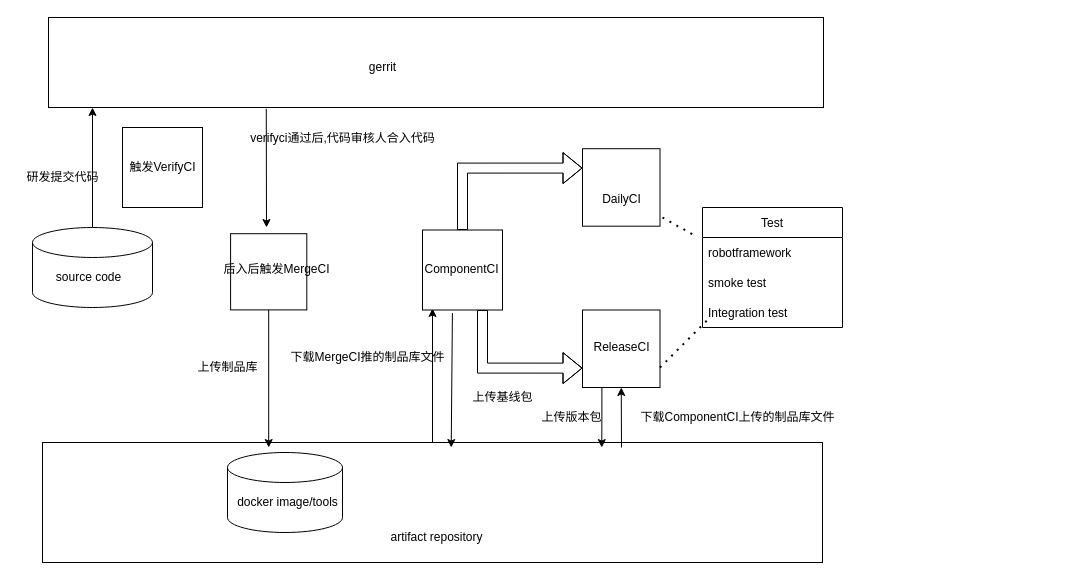
The draw.io diagram jflc.drawio in xiaoyuanwu123/learnGit, before the edit. Source tidied: cells renumbered, new cells numbered last; positions are measured from the earlier drawing's top-left corner, leaving out a move shared by most shapes. Both pictures are drawn from the tidied source at 100%, with x=0, y=0 at pixel (17, 17).
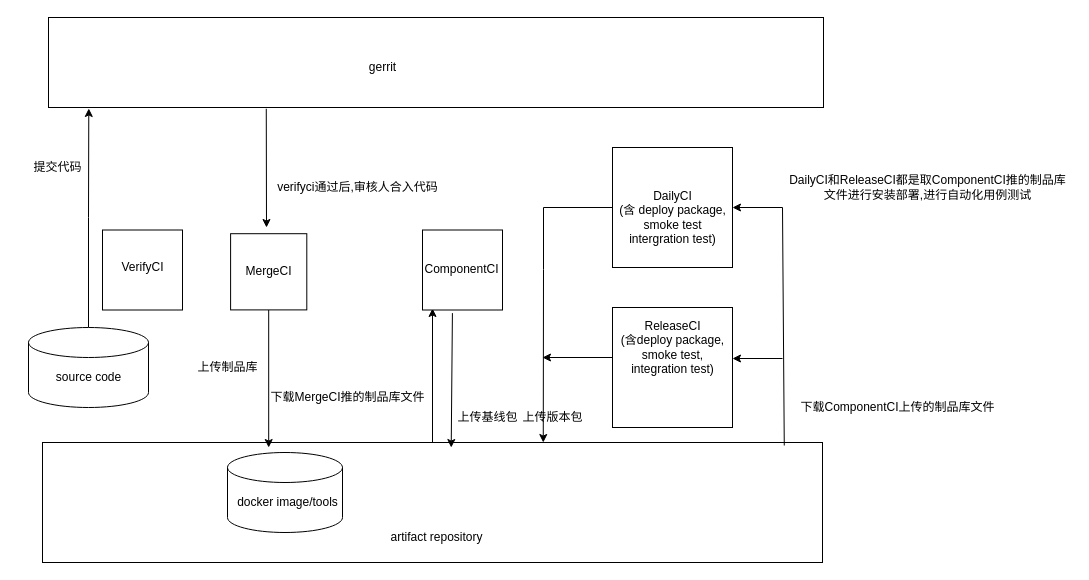
After the change.

The change refers to these unchanged cells:
```xml
<mxCell id="2" style="rounded=0;whiteSpace=wrap;html=1;" parent="1" vertex="1">
  <mxGeometry x="31" width="775" height="90" as="geometry" />
</mxCell>
<mxCell id="4" style="rounded=0;whiteSpace=wrap;html=1;" parent="1" vertex="1">
  <mxGeometry x="25" y="425" width="780" height="120" as="geometry" />
</mxCell>
<mxCell id="12" style="whiteSpace=wrap;html=1;fontFamily=Helvetica;" parent="1" vertex="1">
  <mxGeometry x="405" y="212.5" width="80" height="80" as="geometry" />
</mxCell>
```

The edit, as a diff of the source:
```diff
@@
+    <mxCell id="42" style="edgeStyle=orthogonalEdgeStyle;rounded=0;jettySize=auto;html=1;exitX=0.5;exitY=0;exitDx=0;exitDy=0;exitPerimeter=0;entryX=0.052;entryY=1.011;entryDx=0;entryDy=0;entryPerimeter=0;" parent="1" edge="1" source="6" target="2">
+      <mxGeometry relative="1" as="geometry" />
+    </mxCell>
     <mxCell id="6" style="shape=cylinder3;whiteSpace=wrap;html=1;boundedLbl=1;backgroundOutline=1;size=15;fontFamily=Helvetica;" parent="1" vertex="1">
-      <mxGeometry x="15" y="210" width="120" height="80" as="geometry" />
+      <mxGeometry x="11" y="310" width="120" height="80" as="geometry" />
     </mxCell>
-    <mxCell id="7" style="edgeStyle=orthogonalEdgeStyle;rounded=0;orthogonalLoop=1;jettySize=auto;html=1;fontFamily=Helvetica;" parent="1" edge="1">
-      <mxGeometry relative="1" as="geometry">
-        <mxPoint x="75" y="210" as="sourcePoint" />
-        <mxPoint x="75" y="90" as="targetPoint" />
-      </mxGeometry>
-    </mxCell>
@@
-    <mxCell id="10" style="edgeStyle=orthogonalEdgeStyle;shape=flexArrow;rounded=0;jettySize=auto;html=1;exitX=0.5;exitY=0;exitDx=0;exitDy=0;entryX=0;entryY=0.25;entryDx=0;entryDy=0;fontFamily=Helvetica;" parent="1" edge="1" source="12" target="22">
-      <mxGeometry relative="1" as="geometry" />
-    </mxCell>
-    <mxCell id="11" style="edgeStyle=orthogonalEdgeStyle;shape=flexArrow;rounded=0;jettySize=auto;html=1;exitX=0.75;exitY=1;exitDx=0;exitDy=0;entryX=0;entryY=0.75;entryDx=0;entryDy=0;fontFamily=Helvetica;" parent="1" edge="1" source="12" target="20">
-      <mxGeometry relative="1" as="geometry" />
-    </mxCell>
@@
     <mxCell id="14" style="whiteSpace=wrap;html=1;fontFamily=Helvetica;" parent="1" vertex="1">
-      <mxGeometry x="105" y="110" width="80" height="80" as="geometry" />
+      <mxGeometry x="85" y="212.5" width="80" height="80" as="geometry" />
     </mxCell>
-    <mxCell id="15" value="触发VerifyCI" style="text;html=1;align=center;verticalAlign=middle;fillColor=none;strokeColor=none;rounded=0;fontFamily=Helvetica;" parent="1" vertex="1">
-      <mxGeometry x="105" y="140" width="80" height="20" as="geometry" />
+    <mxCell id="15" value="VerifyCI" style="text;html=1;align=center;verticalAlign=middle;fillColor=none;strokeColor=none;rounded=0;fontFamily=Helvetica;" parent="1" vertex="1">
+      <mxGeometry x="95" y="240" width="60" height="20" as="geometry" />
     </mxCell>
@@
-    <mxCell id="18" value="后入后触发MergeCI" style="text;html=1;align=center;verticalAlign=middle;fillColor=none;strokeColor=none;rounded=0;fontFamily=Helvetica;" parent="1" vertex="1">
-      <mxGeometry x="199.4" y="241.9" width="120" height="20" as="geometry" />
+    <mxCell id="18" value="MergeCI" style="text;html=1;align=center;verticalAlign=middle;fillColor=none;strokeColor=none;rounded=0;fontFamily=Helvetica;" parent="1" vertex="1">
+      <mxGeometry x="221.2" y="244.4" width="60" height="20" as="geometry" />
     </mxCell>
-    <mxCell id="19" style="edgeStyle=orthogonalEdgeStyle;rounded=0;jettySize=auto;html=1;exitX=0.25;exitY=1;exitDx=0;exitDy=0;entryX=0.717;entryY=0.042;entryDx=0;entryDy=0;entryPerimeter=0;fontFamily=Helvetica;" parent="1" edge="1" source="20" target="4">
-      <mxGeometry relative="1" as="geometry" />
-    </mxCell>
     <mxCell id="20" style="whiteSpace=wrap;html=1;fontFamily=Helvetica;" parent="1" vertex="1">
-      <mxGeometry x="565" y="292.5" width="77.5" height="77.5" as="geometry" />
+      <mxGeometry x="595" y="290" width="120" height="120" as="geometry" />
     </mxCell>
-    <mxCell id="21" value="ReleaseCI" style="text;html=1;align=center;verticalAlign=middle;fillColor=none;strokeColor=none;rounded=0;fontFamily=Helvetica;" parent="1" vertex="1">
-      <mxGeometry x="568.8" y="320" width="70" height="20" as="geometry" />
+    <mxCell id="21" value="ReleaseCI&lt;br&gt;(含deploy package,&lt;br&gt;smoke test,&lt;br&gt;integration test)" style="text;html=1;align=center;verticalAlign=middle;fillColor=none;strokeColor=none;rounded=0;fontFamily=Helvetica;" parent="1" vertex="1">
+      <mxGeometry x="595" y="300" width="120" height="60" as="geometry" />
     </mxCell>
     <mxCell id="22" style="whiteSpace=wrap;html=1;fontFamily=Helvetica;" parent="1" vertex="1">
-      <mxGeometry x="565" y="131.2" width="77.5" height="77.5" as="geometry" />
+      <mxGeometry x="595" y="130" width="120" height="120" as="geometry" />
     </mxCell>
-    <mxCell id="23" value="DailyCI" style="text;html=1;align=center;verticalAlign=middle;fillColor=none;strokeColor=none;rounded=0;fontFamily=Helvetica;" parent="1" vertex="1">
-      <mxGeometry x="578.8" y="171.9" width="50" height="20" as="geometry" />
+    <mxCell id="23" value="DailyCI&lt;br&gt;(含 deploy package,&lt;br&gt;smoke test&lt;br&gt;intergration test)" style="text;html=1;align=center;verticalAlign=middle;fillColor=none;strokeColor=none;rounded=0;fontFamily=Helvetica;" parent="1" vertex="1">
+      <mxGeometry x="595" y="170" width="120" height="60" as="geometry" />
     </mxCell>
@@
-    <mxCell id="25" value="研发提交代码" style="text;html=1;align=center;verticalAlign=middle;fillColor=none;strokeColor=none;rounded=0;fontFamily=Helvetica;" parent="1" vertex="1">
-      <mxGeometry y="150" width="90" height="20" as="geometry" />
+    <mxCell id="25" value="提交代码" style="text;html=1;align=center;verticalAlign=middle;fillColor=none;strokeColor=none;rounded=0;fontFamily=Helvetica;" parent="1" vertex="1">
+      <mxGeometry x="10" y="140" width="60" height="20" as="geometry" />
     </mxCell>
-    <mxCell id="26" value="verifyci通过后,代码审核人合入代码" style="text;html=1;align=center;verticalAlign=middle;fillColor=none;strokeColor=none;rounded=0;fontFamily=Helvetica;" parent="1" vertex="1">
-      <mxGeometry x="225" y="111.2" width="200" height="20" as="geometry" />
+    <mxCell id="26" value="verifyci通过后,审核人合入代码" style="text;html=1;align=center;verticalAlign=middle;fillColor=none;strokeColor=none;rounded=0;fontFamily=Helvetica;" parent="1" vertex="1">
+      <mxGeometry x="250" y="160" width="180" height="20" as="geometry" />
     </mxCell>
@@
     <mxCell id="28" value="上传基线包" style="text;html=1;align=center;verticalAlign=middle;fillColor=none;strokeColor=none;rounded=0;fontFamily=Helvetica;" parent="1" vertex="1">
-      <mxGeometry x="445" y="370" width="80" height="20" as="geometry" />
+      <mxGeometry x="430" y="390" width="80" height="20" as="geometry" />
     </mxCell>
@@
-    <mxCell id="31" value="Test" style="swimlane;fontStyle=0;horizontal=1;startSize=30;fontFamily=Helvetica;" parent="1" vertex="1">
-      <mxGeometry x="685" y="190" width="140" height="120" as="geometry" />
-    </mxCell>
-    <mxCell id="32" value="robotframework" style="text;strokeColor=none;fillColor=none;align=left;verticalAlign=middle;spacingLeft=4;spacingRight=4;overflow=hidden;fontFamily=Helvetica;" parent="31" vertex="1">
-      <mxGeometry y="30" width="140" height="30" as="geometry" />
-    </mxCell>
-    <mxCell id="33" value="smoke test" style="text;strokeColor=none;fillColor=none;align=left;verticalAlign=middle;spacingLeft=4;spacingRight=4;overflow=hidden;fontFamily=Helvetica;" parent="31" vertex="1">
-      <mxGeometry y="60" width="140" height="30" as="geometry" />
-    </mxCell>
-    <mxCell id="34" value="Integration test" style="text;strokeColor=none;fillColor=none;align=left;verticalAlign=middle;spacingLeft=4;spacingRight=4;overflow=hidden;fontFamily=Helvetica;" parent="31" vertex="1">
-      <mxGeometry y="90" width="140" height="30" as="geometry" />
-    </mxCell>
     <mxCell id="35" value="下载MergeCI推的制品库文件" style="text;html=1;align=center;verticalAlign=middle;fillColor=none;strokeColor=none;rounded=0;fontFamily=Helvetica;" parent="1" vertex="1">
-      <mxGeometry x="265" y="330" width="170" height="20" as="geometry" />
+      <mxGeometry x="245" y="370" width="170" height="20" as="geometry" />
     </mxCell>
     <mxCell id="36" value="上传版本包" style="text;html=1;align=center;verticalAlign=middle;fillColor=none;strokeColor=none;rounded=0;fontFamily=Helvetica;" parent="1" vertex="1">
-      <mxGeometry x="513.8" y="390" width="80" height="20" as="geometry" />
+      <mxGeometry x="495" y="390" width="80" height="20" as="geometry" />
     </mxCell>
     <mxCell id="37" value="下载ComponentCI上传的制品库文件" style="text;html=1;align=center;verticalAlign=middle;fillColor=none;strokeColor=none;rounded=0;fontFamily=Helvetica;" parent="1" vertex="1">
-      <mxGeometry x="615" y="390" width="210" height="20" as="geometry" />
+      <mxGeometry x="775" y="380" width="210" height="20" as="geometry" />
     </mxCell>
-    <mxCell id="38" style="endArrow=classic;html=1;rounded=0;fontFamily=Helvetica;entryX=0.5;entryY=1;entryDx=0;entryDy=0;" parent="1" edge="1" target="20">
+    <mxCell id="38" style="endArrow=classic;html=1;rounded=0;fontFamily=Helvetica;entryX=1;entryY=0.5;entryDx=0;entryDy=0;exitX=0.951;exitY=0.025;exitDx=0;exitDy=0;exitPerimeter=0;" parent="1" edge="1" source="4" target="22">
       <mxGeometry relative="1" as="geometry">
-        <mxPoint x="604" y="430" as="sourcePoint" />
+        <Array as="points">
+          <mxPoint x="765" y="190" />
+        </Array>
       </mxGeometry>
     </mxCell>
     <mxCell id="39" value="source code" style="text;html=1;align=center;verticalAlign=middle;fillColor=none;strokeColor=none;rounded=0;" parent="1" vertex="1">
-      <mxGeometry x="31" y="250" width="80" height="20" as="geometry" />
+      <mxGeometry x="31" y="350" width="80" height="20" as="geometry" />
     </mxCell>
-    <mxCell id="40" style="endArrow=none;dashed=1;html=1;dashPattern=1 3;strokeWidth=2;rounded=0;" parent="1" edge="1">
-      <mxGeometry relative="1" as="geometry">
-        <mxPoint x="642.5" y="350" as="sourcePoint" />
-        <mxPoint x="692.5" y="300" as="targetPoint" />
-      </mxGeometry>
-    </mxCell>
-    <mxCell id="41" style="endArrow=none;dashed=1;html=1;dashPattern=1 3;strokeWidth=2;rounded=0;entryX=-0.043;entryY=0.242;entryDx=0;entryDy=0;entryPerimeter=0;" parent="1" edge="1" target="31">
-      <mxGeometry relative="1" as="geometry">
-        <mxPoint x="645" y="200" as="sourcePoint" />
-      </mxGeometry>
-    </mxCell>
+    <mxCell id="43" style="endArrow=classic;html=1;rounded=0;exitX=0;exitY=0.5;exitDx=0;exitDy=0;entryX=0.642;entryY=0;entryDx=0;entryDy=0;entryPerimeter=0;" parent="1" edge="1" source="22" target="4">
+      <mxGeometry relative="1" as="geometry">
+        <Array as="points">
+          <mxPoint x="526" y="190" />
+          <mxPoint x="526" y="252" />
+        </Array>
+      </mxGeometry>
+    </mxCell>
+    <mxCell id="44" style="endArrow=classic;html=1;rounded=0;" parent="1" edge="1">
+      <mxGeometry relative="1" as="geometry">
+        <mxPoint x="595" y="340" as="sourcePoint" />
+        <mxPoint x="525" y="340" as="targetPoint" />
+      </mxGeometry>
+    </mxCell>
+    <mxCell id="45" style="endArrow=classic;html=1;rounded=0;" parent="1" edge="1">
+      <mxGeometry relative="1" as="geometry">
+        <mxPoint x="765" y="341" as="sourcePoint" />
+        <mxPoint x="715" y="341" as="targetPoint" />
+      </mxGeometry>
+    </mxCell>
+    <mxCell id="46" value="DailyCI和ReleaseCI都是取ComponentCI推的制品库&lt;br&gt;文件进行安装部署,进行自动化用例测试" style="text;html=1;align=center;verticalAlign=middle;fillColor=none;strokeColor=none;rounded=0;" parent="1" vertex="1">
+      <mxGeometry x="765" y="155" width="290" height="30" as="geometry" />
+    </mxCell>
```
